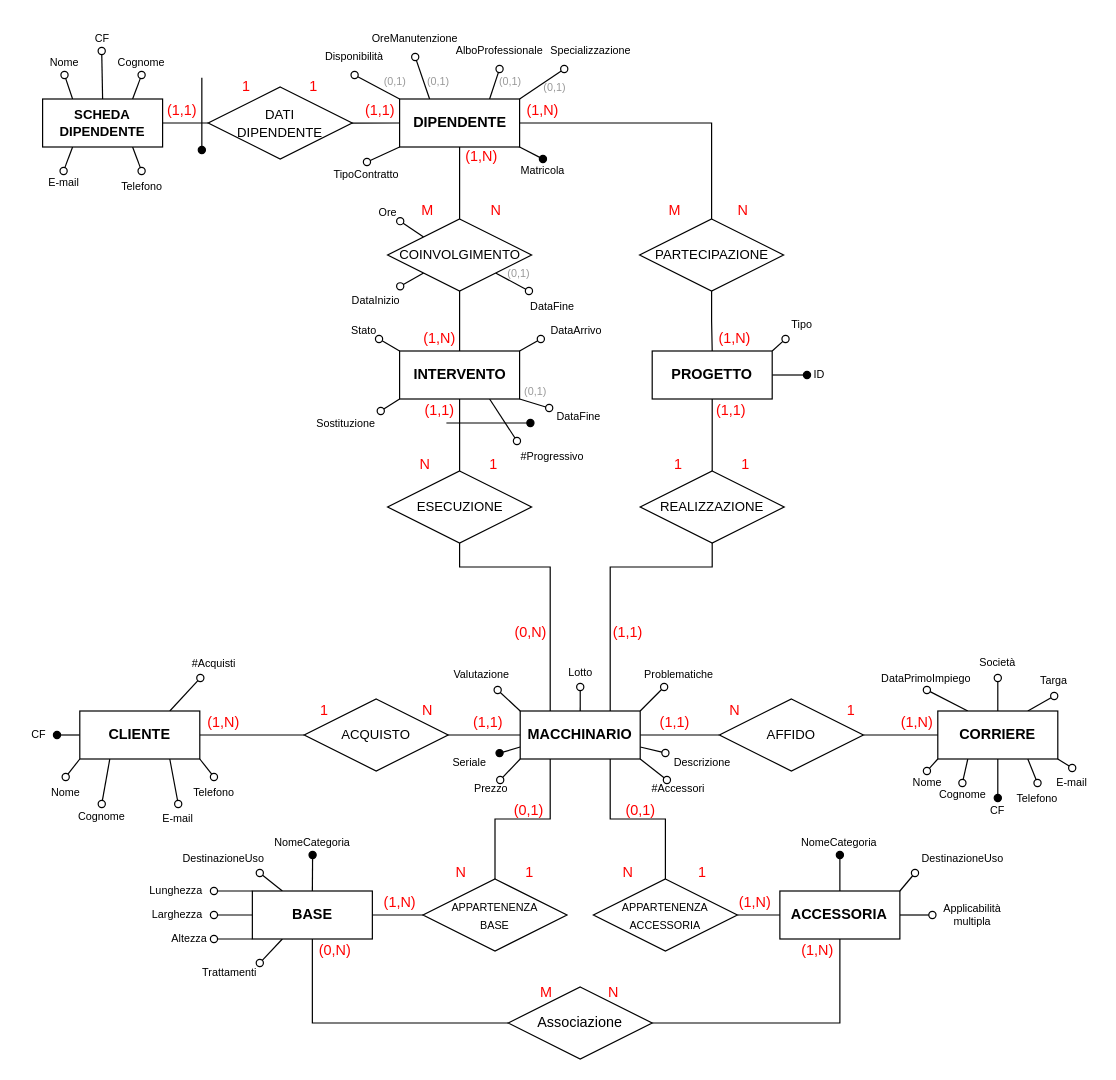
MicheleRabesco/MacchinariEstetici keeps this draw.io diagram as SchemaER/SchemaER_Definitivo.drawio. Above is the earlier version. Source tidied: cells renumbered, new cells numbered last; positions are measured from the earlier drawing's top-left corner, leaving out a move shared by most shapes. Both pictures are drawn from the tidied source at 120%, with x=0, y=0 at pixel (20, 20).
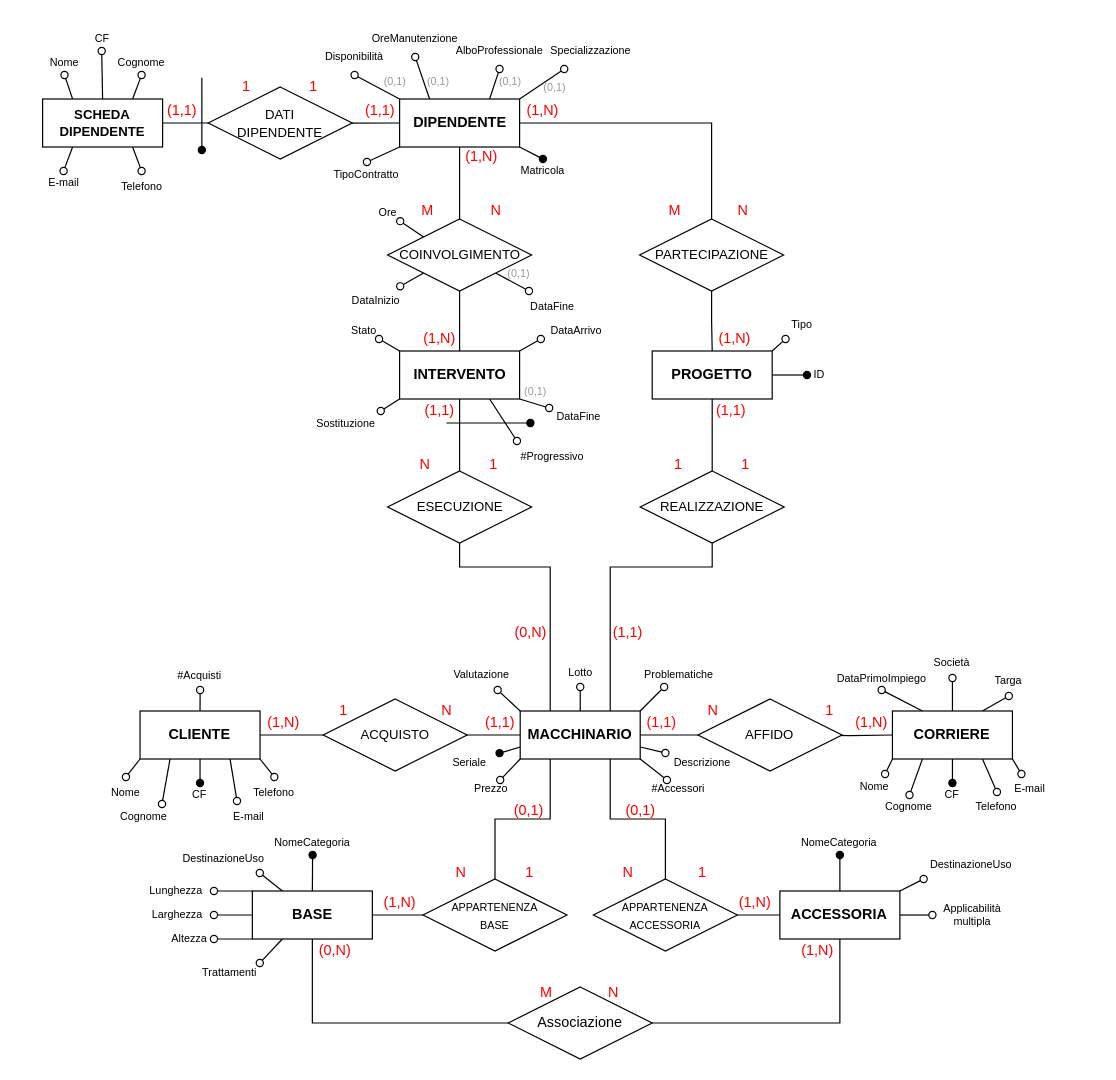
The same diagram, later.

Change to the diagram source:
```diff
@@
-    <mxCell id="3" style="rounded=0;jettySize=auto;html=1;exitX=0.75;exitY=0;exitDx=0;exitDy=0;fontColor=#000000;endArrow=oval;endFill=0;" parent="1" edge="1" source="7" target="113">
+    <mxCell id="3" style="rounded=0;jettySize=auto;html=1;exitX=0.5;exitY=0;exitDx=0;exitDy=0;fontColor=#000000;endArrow=oval;endFill=0;" parent="1" edge="1" source="7" target="113">
       <mxGeometry relative="1" as="geometry" />
     </mxCell>
@@
-    <mxCell id="5" style="edgeStyle=none;rounded=0;jettySize=auto;html=1;exitX=0.25;exitY=1;exitDx=0;exitDy=0;entryX=0.5;entryY=0;entryDx=0;entryDy=0;fontSize=11;endArrow=oval;endFill=0;" parent="1" edge="1" source="7" target="118">
-      <mxGeometry relative="1" as="geometry" />
+    <mxCell id="5" style="edgeStyle=none;rounded=0;jettySize=auto;html=1;exitX=0.25;exitY=1;exitDx=0;exitDy=0;entryX=0.5;entryY=0;entryDx=0;entryDy=0;fontSize=11;endArrow=oval;endFill=0;" parent="1" edge="1" source="7">
+      <mxGeometry relative="1" as="geometry">
+        <mxPoint x="117.5" y="652.5" as="targetPoint" />
+      </mxGeometry>
     </mxCell>
-    <mxCell id="6" style="edgeStyle=none;rounded=0;jettySize=auto;html=1;exitX=0;exitY=0.5;exitDx=0;exitDy=0;entryX=1;entryY=0.5;entryDx=0;entryDy=0;fontSize=11;endArrow=oval;endFill=1;" parent="1" edge="1" source="7" target="119">
+    <mxCell id="6" style="edgeStyle=none;rounded=0;jettySize=auto;html=1;exitX=0.5;exitY=1;exitDx=0;exitDy=0;entryX=0.5;entryY=0;entryDx=0;entryDy=0;fontSize=11;endArrow=oval;endFill=1;" parent="1" edge="1" source="7" target="119">
       <mxGeometry relative="1" as="geometry" />
     </mxCell>
     <mxCell id="7" value="&lt;b&gt;CLIENTE&lt;/b&gt;" style="whiteSpace=wrap;html=1;align=center;fontColor=#000000;" parent="1" vertex="1">
-      <mxGeometry x="49" y="575" width="100" height="40" as="geometry" />
+      <mxGeometry x="99.2" y="575" width="100" height="40" as="geometry" />
     </mxCell>
@@
-    <mxCell id="44" style="edgeStyle=none;rounded=0;jettySize=auto;html=1;exitX=0;exitY=1;exitDx=0;exitDy=0;entryX=0.5;entryY=0;entryDx=0;entryDy=0;fontSize=11;endArrow=oval;endFill=0;" parent="1" edge="1" source="45" target="120">
+    <mxCell id="44" style="edgeStyle=none;rounded=0;jettySize=auto;html=1;exitX=0;exitY=1;exitDx=0;exitDy=0;entryX=0.75;entryY=0;entryDx=0;entryDy=0;fontSize=11;endArrow=oval;endFill=0;" parent="1" edge="1" source="45" target="120">
       <mxGeometry relative="1" as="geometry" />
     </mxCell>
     <mxCell id="45" value="&lt;b&gt;CORRIERE&lt;/b&gt;" style="whiteSpace=wrap;html=1;align=center;fontColor=#000000;" parent="1" vertex="1">
-      <mxGeometry x="764" y="575" width="100" height="40" as="geometry" />
+      <mxGeometry x="726.2" y="575" width="100" height="40" as="geometry" />
     </mxCell>
@@
     <mxCell id="47" value="&lt;font style=&quot;font-size: 11px&quot;&gt;ACQUISTO&lt;/font&gt;" style="shape=rhombus;perimeter=rhombusPerimeter;whiteSpace=wrap;html=1;align=center;" parent="1" vertex="1">
-      <mxGeometry x="236" y="565" width="120" height="60" as="geometry" />
+      <mxGeometry x="251.8" y="565" width="120" height="60" as="geometry" />
     </mxCell>
@@
-    <mxCell id="52" style="edgeStyle=orthogonalEdgeStyle;rounded=0;jettySize=auto;html=1;exitX=1;exitY=0.5;exitDx=0;exitDy=0;entryX=0;entryY=0.5;entryDx=0;entryDy=0;endArrow=none;endFill=0;fontColor=#000000;" parent="1" edge="1" source="53" target="45">
-      <mxGeometry relative="1" as="geometry" />
+    <mxCell id="52" style="edgeStyle=orthogonalEdgeStyle;rounded=0;jettySize=auto;html=1;exitX=1;exitY=0.5;exitDx=0;exitDy=0;entryX=0;entryY=0.5;entryDx=0;entryDy=0;endArrow=none;endFill=0;fontColor=#000000;" parent="1" edge="1" target="45">
+      <mxGeometry relative="1" as="geometry">
+        <mxPoint x="655" y="595" as="sourcePoint" />
+      </mxGeometry>
     </mxCell>
     <mxCell id="53" value="&lt;font style=&quot;font-size: 11px&quot;&gt;AFFIDO&lt;/font&gt;" style="shape=rhombus;perimeter=rhombusPerimeter;whiteSpace=wrap;html=1;align=center;" parent="1" vertex="1">
-      <mxGeometry x="582" y="565" width="120" height="60" as="geometry" />
+      <mxGeometry x="564.2" y="565" width="120" height="60" as="geometry" />
     </mxCell>
@@
     <mxCell id="113" value="&lt;font style=&quot;font-size: 9px&quot;&gt;#Acquisti&lt;/font&gt;" style="text;html=1;strokeColor=none;fillColor=none;align=center;verticalAlign=middle;whiteSpace=wrap;rounded=0;fontColor=#000000;" parent="1" vertex="1">
-      <mxGeometry x="139" y="522.5" width="44" height="25" as="geometry" />
+      <mxGeometry x="127.3" y="532.5" width="44" height="25" as="geometry" />
     </mxCell>
     <mxCell id="114" value="DataPrimoImpiego" style="text;html=1;strokeColor=none;fillColor=none;align=center;verticalAlign=middle;whiteSpace=wrap;rounded=0;fontSize=9;fontColor=#000000;" parent="1" vertex="1">
-      <mxGeometry x="715.4" y="537.5" width="79" height="20" as="geometry" />
+      <mxGeometry x="677.7" y="537.5" width="79" height="20" as="geometry" />
     </mxCell>
     <mxCell id="115" value="Società" style="text;html=1;strokeColor=none;fillColor=none;align=center;verticalAlign=middle;whiteSpace=wrap;rounded=0;fontSize=9;fontColor=#000000;" parent="1" vertex="1">
-      <mxGeometry x="799" y="522.5" width="30" height="25" as="geometry" />
+      <mxGeometry x="761.2" y="522.5" width="30" height="25" as="geometry" />
     </mxCell>
     <mxCell id="116" value="Targa" style="text;html=1;strokeColor=none;fillColor=none;align=center;verticalAlign=middle;whiteSpace=wrap;rounded=0;fontSize=9;fontColor=#000000;" parent="1" vertex="1">
-      <mxGeometry x="846" y="537.5" width="30" height="25" as="geometry" />
+      <mxGeometry x="808.2" y="537.5" width="30" height="25" as="geometry" />
     </mxCell>
     <mxCell id="117" value="Nome" style="text;html=1;strokeColor=none;fillColor=none;align=center;verticalAlign=middle;whiteSpace=wrap;rounded=0;fontSize=9;fontColor=#000000;" parent="1" vertex="1">
-      <mxGeometry x="19" y="630" width="36.5" height="25" as="geometry" />
+      <mxGeometry x="69.2" y="630" width="36.5" height="25" as="geometry" />
     </mxCell>
     <mxCell id="118" value="Cognome" style="text;html=1;strokeColor=none;fillColor=none;align=center;verticalAlign=middle;whiteSpace=wrap;rounded=0;fontSize=9;fontColor=#000000;" parent="1" vertex="1">
-      <mxGeometry x="44.8" y="652.5" width="45" height="20" as="geometry" />
+      <mxGeometry x="79.8" y="652.5" width="45" height="20" as="geometry" />
     </mxCell>
     <mxCell id="119" value="CF" style="text;html=1;strokeColor=none;fillColor=none;align=center;verticalAlign=middle;whiteSpace=wrap;rounded=0;fontSize=9;fontColor=#000000;" parent="1" vertex="1">
-      <mxGeometry y="585" width="30" height="20" as="geometry" />
+      <mxGeometry x="134.2" y="635" width="30" height="20" as="geometry" />
     </mxCell>
     <mxCell id="120" value="Nome" style="text;html=1;strokeColor=none;fillColor=none;align=center;verticalAlign=middle;whiteSpace=wrap;rounded=0;fontSize=9;fontColor=#000000;" parent="1" vertex="1">
-      <mxGeometry x="736.7" y="625" width="36.5" height="20" as="geometry" />
+      <mxGeometry x="692.7" y="627.5" width="36.5" height="20" as="geometry" />
     </mxCell>
     <mxCell id="121" value="Cognome" style="text;html=1;strokeColor=none;fillColor=none;align=center;verticalAlign=middle;whiteSpace=wrap;rounded=0;fontSize=9;fontColor=#000000;" parent="1" vertex="1">
-      <mxGeometry x="759.5" y="635" width="50" height="20" as="geometry" />
+      <mxGeometry x="715.4" y="645" width="50" height="20" as="geometry" />
     </mxCell>
     <mxCell id="122" value="CF" style="text;html=1;strokeColor=none;fillColor=none;align=center;verticalAlign=middle;whiteSpace=wrap;rounded=0;fontSize=9;fontColor=#000000;" parent="1" vertex="1">
-      <mxGeometry x="799" y="647.5" width="30" height="20" as="geometry" />
+      <mxGeometry x="761.2" y="635" width="30" height="20" as="geometry" />
     </mxCell>
     <mxCell id="123" value="Telefono" style="text;html=1;strokeColor=none;fillColor=none;align=center;verticalAlign=middle;whiteSpace=wrap;rounded=0;fontSize=9;fontColor=#000000;" parent="1" vertex="1">
-      <mxGeometry x="138.7" y="630" width="44.2" height="25" as="geometry" />
+      <mxGeometry x="189" y="630" width="44.2" height="25" as="geometry" />
     </mxCell>
     <mxCell id="124" value="E-mail" style="text;html=1;strokeColor=none;fillColor=none;align=center;verticalAlign=middle;whiteSpace=wrap;rounded=0;fontSize=9;fontColor=#000000;" parent="1" vertex="1">
-      <mxGeometry x="111" y="652.5" width="40" height="25" as="geometry" />
+      <mxGeometry x="170" y="650" width="40" height="25" as="geometry" />
     </mxCell>
@@
     <mxCell id="126" value="(1,N)" style="text;html=1;align=center;verticalAlign=middle;whiteSpace=wrap;rounded=0;fontColor=#FF0000;" parent="1" vertex="1">
-      <mxGeometry x="727" y="580" width="40" height="10" as="geometry" />
+      <mxGeometry x="689.2" y="580" width="40" height="10" as="geometry" />
     </mxCell>
@@
     <mxCell id="128" value="(1,N)" style="text;html=1;align=center;verticalAlign=middle;whiteSpace=wrap;rounded=0;fontColor=#FF0000;" parent="1" vertex="1">
-      <mxGeometry x="149" y="580" width="40" height="10" as="geometry" />
+      <mxGeometry x="199.2" y="580" width="40" height="10" as="geometry" />
     </mxCell>
@@
     <mxCell id="132" value="(1,1)" style="text;html=1;strokeColor=none;fillColor=none;align=center;verticalAlign=middle;whiteSpace=wrap;rounded=0;fontColor=#FF0000;" parent="1" vertex="1">
-      <mxGeometry x="373" y="575" width="33" height="20" as="geometry" />
+      <mxGeometry x="382.5" y="575" width="33" height="20" as="geometry" />
     </mxCell>
@@
     <mxCell id="137" value="(1,1)" style="text;html=1;strokeColor=none;fillColor=none;align=center;verticalAlign=middle;whiteSpace=wrap;rounded=0;fontColor=#FF0000;" parent="1" vertex="1">
-      <mxGeometry x="526.4" y="572.5" width="38" height="25" as="geometry" />
+      <mxGeometry x="514.8" y="572.5" width="38" height="25" as="geometry" />
     </mxCell>
@@
     <mxCell id="146" value="1" style="text;html=1;strokeColor=none;fillColor=none;align=center;verticalAlign=middle;whiteSpace=wrap;rounded=0;fontColor=#FF0000;" parent="1" vertex="1">
-      <mxGeometry x="248" y="570" width="10" height="10" as="geometry" />
+      <mxGeometry x="263.8" y="570" width="10" height="10" as="geometry" />
     </mxCell>
     <mxCell id="147" value="N" style="text;html=1;strokeColor=none;fillColor=none;align=center;verticalAlign=middle;whiteSpace=wrap;rounded=0;fontColor=#FF0000;" parent="1" vertex="1">
-      <mxGeometry x="334" y="570" width="10" height="10" as="geometry" />
+      <mxGeometry x="349.8" y="570" width="10" height="10" as="geometry" />
     </mxCell>
     <mxCell id="148" value="N" style="text;html=1;strokeColor=none;fillColor=none;align=center;verticalAlign=middle;whiteSpace=wrap;rounded=0;fontColor=#FF0000;" parent="1" vertex="1">
-      <mxGeometry x="590" y="570" width="10" height="10" as="geometry" />
+      <mxGeometry x="572.2" y="570" width="10" height="10" as="geometry" />
     </mxCell>
     <mxCell id="149" value="1" style="text;html=1;strokeColor=none;fillColor=none;align=center;verticalAlign=middle;whiteSpace=wrap;rounded=0;fontColor=#FF0000;" parent="1" vertex="1">
-      <mxGeometry x="686.5" y="570" width="10" height="10" as="geometry" />
+      <mxGeometry x="668.8" y="570" width="10" height="10" as="geometry" />
     </mxCell>
@@
     <mxCell id="171" value="DestinazioneUso" style="text;html=1;strokeColor=none;fillColor=none;align=center;verticalAlign=middle;whiteSpace=wrap;rounded=0;fontSize=9;" parent="1" vertex="1">
-      <mxGeometry x="745" y="685" width="80" height="25" as="geometry" />
+      <mxGeometry x="752.2" y="690" width="80" height="25" as="geometry" />
     </mxCell>
@@
-    <mxCell id="178" style="edgeStyle=none;rounded=0;jettySize=auto;html=1;exitX=0.75;exitY=1;exitDx=0;exitDy=0;entryX=0.5;entryY=0;entryDx=0;entryDy=0;fontSize=11;endArrow=oval;endFill=0;" parent="1" edge="1" source="7" target="124">
+    <mxCell id="178" style="edgeStyle=none;rounded=0;jettySize=auto;html=1;exitX=0.75;exitY=1;exitDx=0;exitDy=0;fontSize=11;endArrow=oval;endFill=0;entryX=0.25;entryY=0;entryDx=0;entryDy=0;" parent="1" edge="1" source="7" target="124">
       <mxGeometry relative="1" as="geometry" />
     </mxCell>
@@
     <mxCell id="182" value="Telefono" style="text;html=1;strokeColor=none;fillColor=none;align=center;verticalAlign=middle;whiteSpace=wrap;rounded=0;fontSize=9;fontColor=#000000;" parent="1" vertex="1">
-      <mxGeometry x="825" y="635" width="44.2" height="25" as="geometry" />
+      <mxGeometry x="791.2" y="642.5" width="44.2" height="25" as="geometry" />
     </mxCell>
     <mxCell id="183" value="E-mail" style="text;html=1;strokeColor=none;fillColor=none;align=center;verticalAlign=middle;whiteSpace=wrap;rounded=0;fontSize=9;fontColor=#000000;" parent="1" vertex="1">
-      <mxGeometry x="856" y="622.5" width="40" height="25" as="geometry" />
+      <mxGeometry x="826.2" y="627.5" width="30" height="25" as="geometry" />
     </mxCell>
-    <mxCell id="184" style="edgeStyle=none;rounded=0;jettySize=auto;html=1;exitX=1;exitY=1;exitDx=0;exitDy=0;entryX=0.5;entryY=0;entryDx=0;entryDy=0;fontSize=11;endArrow=oval;endFill=0;" parent="1" edge="1" source="45" target="183">
+    <mxCell id="184" style="edgeStyle=none;rounded=0;jettySize=auto;html=1;exitX=1;exitY=1;exitDx=0;exitDy=0;fontSize=11;endArrow=oval;endFill=0;entryX=0.25;entryY=0;entryDx=0;entryDy=0;" parent="1" edge="1" source="45" target="183">
       <mxGeometry relative="1" as="geometry" />
     </mxCell>
```
